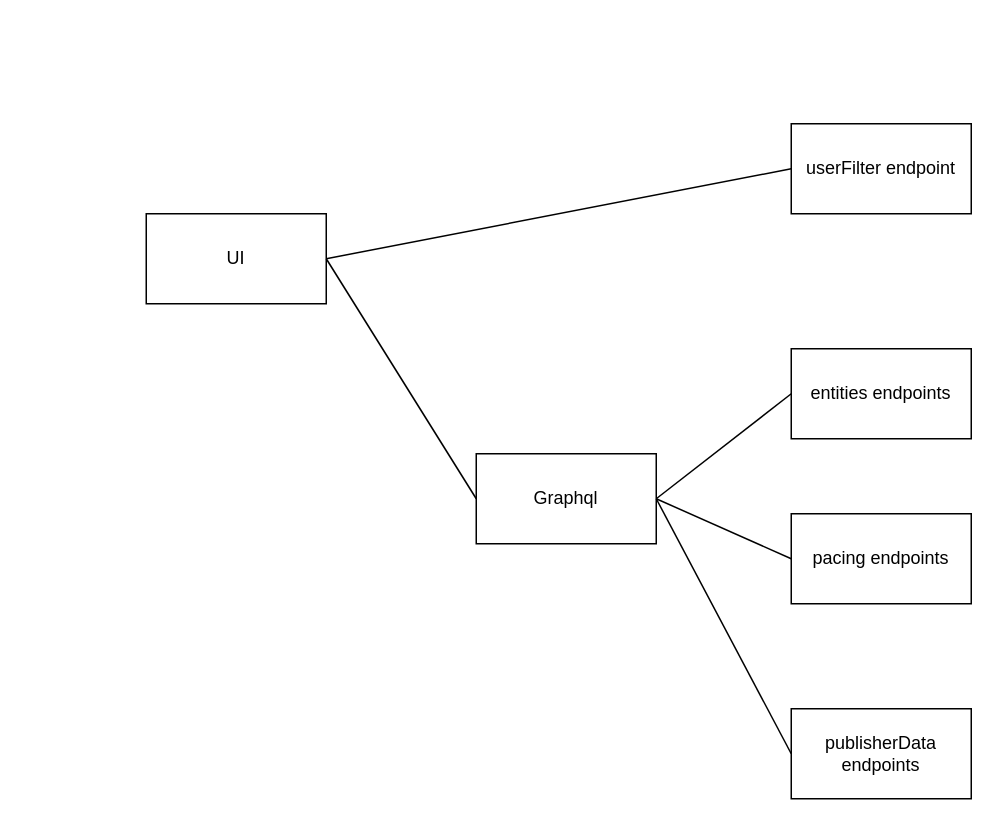
This is GraphqlClientServer.drawio from mengdage/project-diagram, a draw.io file, before an edit. Source tidied: cells renumbered, new cells numbered last; positions are measured from the earlier drawing's top-left corner, leaving out a move shared by most shapes. Both pictures are drawn from the tidied source at 150%, with x=0, y=0 at pixel (146, 123).
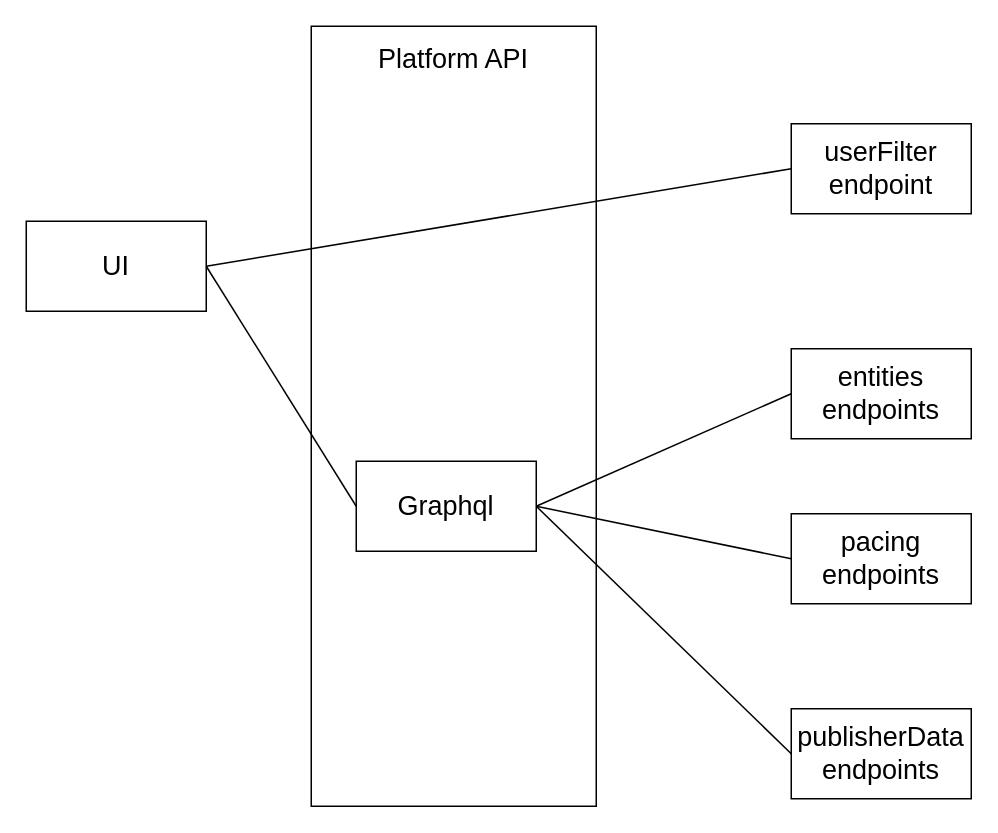
After the change.

What changed in the source:
```diff
@@
 <mxGraphModel>
   <root>
     <mxCell id="0" />
     <mxCell id="1" parent="0" />
+    <mxCell id="13" value="Platform API&lt;br&gt;&lt;br&gt;&lt;br&gt;&lt;br&gt;&lt;br&gt;&lt;br&gt;&lt;br&gt;&lt;br&gt;&lt;br&gt;&lt;br&gt;&lt;br&gt;&lt;br&gt;&lt;br&gt;&lt;br&gt;&lt;br&gt;&lt;br&gt;&lt;br&gt;&lt;br&gt;&lt;br&gt;&lt;br&gt;&lt;br&gt;&lt;br&gt;&lt;br&gt;" style="rounded=0;whiteSpace=wrap;html=1;fontSize=18;" parent="1" vertex="1">
+      <mxGeometry x="110" y="-65" width="190" height="520" as="geometry" />
+    </mxCell>
-    <mxCell id="2" value="UI" style="rounded=0;whiteSpace=wrap;html=1;" parent="1" vertex="1">
-      <mxGeometry y="60" width="120" height="60" as="geometry" />
+    <mxCell id="2" value="UI" style="rounded=0;whiteSpace=wrap;html=1;fontSize=18;" parent="1" vertex="1">
+      <mxGeometry x="-80" y="65" width="120" height="60" as="geometry" />
     </mxCell>
-    <mxCell id="3" value="Graphql&lt;br&gt;" style="rounded=0;whiteSpace=wrap;html=1;" parent="1" vertex="1">
-      <mxGeometry x="220" y="220" width="120" height="60" as="geometry" />
+    <mxCell id="3" value="Graphql&lt;br style=&quot;font-size: 18px;&quot;&gt;" style="rounded=0;whiteSpace=wrap;html=1;fontSize=18;" parent="1" vertex="1">
+      <mxGeometry x="140" y="225" width="120" height="60" as="geometry" />
     </mxCell>
-    <mxCell id="4" value="userFilter endpoint" style="rounded=0;whiteSpace=wrap;html=1;" parent="1" vertex="1">
+    <mxCell id="4" value="userFilter endpoint" style="rounded=0;whiteSpace=wrap;html=1;fontSize=18;" parent="1" vertex="1">
       <mxGeometry x="430" width="120" height="60" as="geometry" />
     </mxCell>
-    <mxCell id="5" style="endArrow=none;startArrow=none;html=1;strokeColor=#000000;entryX=0;entryY=0.5;entryDx=0;entryDy=0;exitX=1;exitY=0.5;exitDx=0;exitDy=0;startFill=0;endFill=0;" parent="1" edge="1" source="2" target="3">
+    <mxCell id="5" style="endArrow=none;startArrow=none;html=1;strokeColor=#000000;entryX=0;entryY=0.5;entryDx=0;entryDy=0;exitX=1;exitY=0.5;exitDx=0;exitDy=0;startFill=0;endFill=0;fontSize=18;" parent="1" edge="1" source="2" target="3">
       <mxGeometry relative="1" as="geometry" />
     </mxCell>
-    <mxCell id="6" style="endArrow=none;startArrow=none;html=1;strokeColor=#000000;entryX=0;entryY=0.5;entryDx=0;entryDy=0;exitX=1;exitY=0.5;exitDx=0;exitDy=0;startFill=0;endFill=0;" parent="1" edge="1" source="2" target="4">
+    <mxCell id="6" style="endArrow=none;startArrow=none;html=1;strokeColor=#000000;entryX=0;entryY=0.5;entryDx=0;entryDy=0;exitX=1;exitY=0.5;exitDx=0;exitDy=0;startFill=0;endFill=0;fontSize=18;" parent="1" edge="1" source="2" target="4">
       <mxGeometry relative="1" as="geometry" />
     </mxCell>
-    <mxCell id="7" value="entities endpoints" style="rounded=0;whiteSpace=wrap;html=1;" parent="1" vertex="1">
+    <mxCell id="7" value="entities endpoints" style="rounded=0;whiteSpace=wrap;html=1;fontSize=18;" parent="1" vertex="1">
       <mxGeometry x="430" y="150" width="120" height="60" as="geometry" />
     </mxCell>
-    <mxCell id="8" value="publisherData endpoints" style="rounded=0;whiteSpace=wrap;html=1;" parent="1" vertex="1">
+    <mxCell id="8" value="publisherData endpoints" style="rounded=0;whiteSpace=wrap;html=1;fontSize=18;" parent="1" vertex="1">
       <mxGeometry x="430" y="390" width="120" height="60" as="geometry" />
     </mxCell>
-    <mxCell id="9" value="pacing endpoints" style="rounded=0;whiteSpace=wrap;html=1;" parent="1" vertex="1">
+    <mxCell id="9" value="pacing endpoints" style="rounded=0;whiteSpace=wrap;html=1;fontSize=18;" parent="1" vertex="1">
       <mxGeometry x="430" y="260" width="120" height="60" as="geometry" />
     </mxCell>
-    <mxCell id="10" style="endArrow=none;startArrow=none;html=1;strokeColor=#000000;entryX=0;entryY=0.5;entryDx=0;entryDy=0;exitX=1;exitY=0.5;exitDx=0;exitDy=0;startFill=0;endFill=0;" parent="1" edge="1" source="3" target="8">
+    <mxCell id="10" style="endArrow=none;startArrow=none;html=1;strokeColor=#000000;entryX=0;entryY=0.5;entryDx=0;entryDy=0;exitX=1;exitY=0.5;exitDx=0;exitDy=0;startFill=0;endFill=0;fontSize=18;" parent="1" edge="1" source="3" target="8">
       <mxGeometry relative="1" as="geometry" />
     </mxCell>
-    <mxCell id="11" style="endArrow=none;startArrow=none;html=1;strokeColor=#000000;entryX=0;entryY=0.5;entryDx=0;entryDy=0;exitX=1;exitY=0.5;exitDx=0;exitDy=0;startFill=0;endFill=0;" parent="1" edge="1" source="3" target="9">
+    <mxCell id="11" style="endArrow=none;startArrow=none;html=1;strokeColor=#000000;entryX=0;entryY=0.5;entryDx=0;entryDy=0;exitX=1;exitY=0.5;exitDx=0;exitDy=0;startFill=0;endFill=0;fontSize=18;" parent="1" edge="1" source="3" target="9">
       <mxGeometry relative="1" as="geometry" />
     </mxCell>
-    <mxCell id="12" style="endArrow=none;startArrow=none;html=1;strokeColor=#000000;entryX=0;entryY=0.5;entryDx=0;entryDy=0;exitX=1;exitY=0.5;exitDx=0;exitDy=0;startFill=0;endFill=0;" parent="1" edge="1" source="3" target="7">
+    <mxCell id="12" style="endArrow=none;startArrow=none;html=1;strokeColor=#000000;entryX=0;entryY=0.5;entryDx=0;entryDy=0;exitX=1;exitY=0.5;exitDx=0;exitDy=0;startFill=0;endFill=0;fontSize=18;" parent="1" edge="1" source="3" target="7">
       <mxGeometry relative="1" as="geometry" />
     </mxCell>
   </root>
 </mxGraphModel>
```
